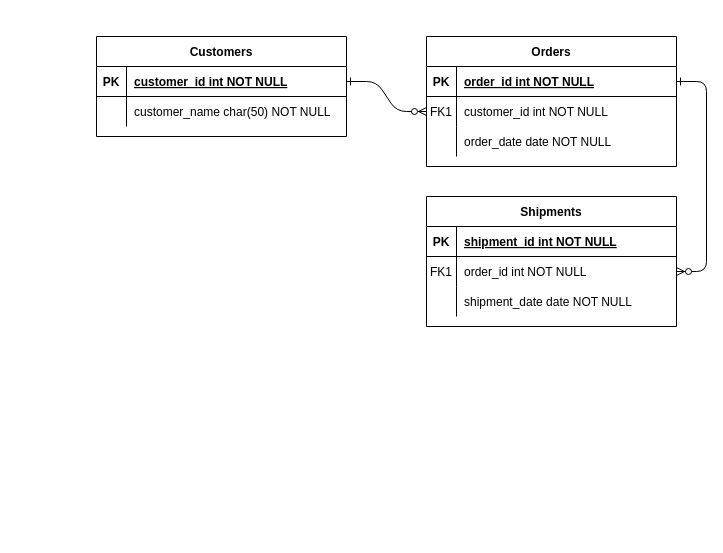
This is 1 diagrama .drawio from dadd86/DB-dream-team, a draw.io file, before an edit. Source tidied: cells renumbered, new cells numbered last; positions are measured from the earlier drawing's top-left corner, leaving out a move shared by most shapes. Both pictures are drawn from the tidied source at 100%, with x=0, y=0 at pixel (96, 36).
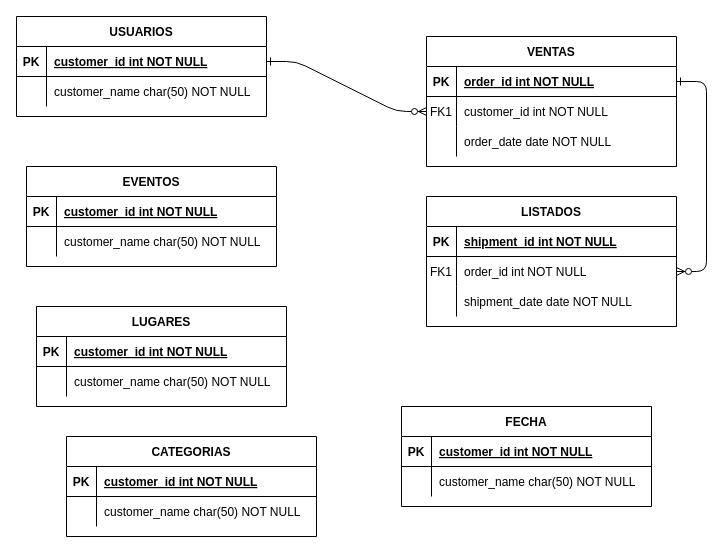
The same page after the edit.

The edit, as a diff of the source:
```diff
@@
-    <mxCell id="4" value="Orders" style="shape=table;startSize=30;childLayout=tableLayout;rowLines=0;fontStyle=1;align=center;" parent="1" vertex="1">
+    <mxCell id="4" value="VENTAS" style="shape=table;startSize=30;childLayout=tableLayout;rowLines=0;fontStyle=1;align=center;" parent="1" vertex="1">
       <mxGeometry x="330" width="250" height="130" as="geometry" />
     </mxCell>
@@
-    <mxCell id="14" value="Shipments" style="shape=table;startSize=30;childLayout=tableLayout;rowLines=0;fontStyle=1;align=center;" parent="1" vertex="1">
+    <mxCell id="14" value="LISTADOS" style="shape=table;startSize=30;childLayout=tableLayout;rowLines=0;fontStyle=1;align=center;" parent="1" vertex="1">
       <mxGeometry x="330" y="160" width="250" height="130" as="geometry" />
     </mxCell>
@@
-    <mxCell id="24" value="Customers" style="shape=table;startSize=30;childLayout=tableLayout;rowLines=0;fontStyle=1;align=center;" parent="1" vertex="1">
-      <mxGeometry width="250" height="100" as="geometry" />
+    <mxCell id="24" value="USUARIOS" style="shape=table;startSize=30;childLayout=tableLayout;rowLines=0;fontStyle=1;align=center;" parent="1" vertex="1">
+      <mxGeometry x="-80" y="-20" width="250" height="100" as="geometry" />
     </mxCell>
@@
+    <mxCell id="31" value="EVENTOS" style="shape=table;startSize=30;childLayout=tableLayout;rowLines=0;fontStyle=1;align=center;" parent="1" vertex="1">
+      <mxGeometry x="-70" y="130" width="250" height="100" as="geometry" />
+    </mxCell>
+    <mxCell id="32" style="shape=partialRectangle;fillColor=none;top=0;left=0;right=0;bottom=1;" parent="31" vertex="1">
+      <mxGeometry y="30" width="250" height="30" as="geometry" />
+    </mxCell>
+    <mxCell id="33" value="PK" style="shape=partialRectangle;overflow=hidden;fillColor=none;top=0;left=0;bottom=0;right=0;fontStyle=1;" parent="32" vertex="1">
+      <mxGeometry width="30" height="30" as="geometry" />
+    </mxCell>
+    <mxCell id="34" value="customer_id int NOT NULL " style="shape=partialRectangle;overflow=hidden;fillColor=none;top=0;left=0;bottom=0;right=0;align=left;spacingLeft=6;fontStyle=5;" parent="32" vertex="1">
+      <mxGeometry x="30" width="220" height="30" as="geometry" />
+    </mxCell>
+    <mxCell id="35" style="shape=partialRectangle;fillColor=none;top=0;left=0;right=0;bottom=0;" parent="31" vertex="1">
+      <mxGeometry y="60" width="250" height="30" as="geometry" />
+    </mxCell>
+    <mxCell id="36" style="shape=partialRectangle;overflow=hidden;fillColor=none;top=0;left=0;bottom=0;right=0;" parent="35" vertex="1">
+      <mxGeometry width="30" height="30" as="geometry" />
+    </mxCell>
+    <mxCell id="37" value="customer_name char(50) NOT NULL" style="shape=partialRectangle;overflow=hidden;fillColor=none;top=0;left=0;bottom=0;right=0;align=left;spacingLeft=6;" parent="35" vertex="1">
+      <mxGeometry x="30" width="220" height="30" as="geometry" />
+    </mxCell>
+    <mxCell id="38" value="LUGARES" style="shape=table;startSize=30;childLayout=tableLayout;rowLines=0;fontStyle=1;align=center;" parent="1" vertex="1">
+      <mxGeometry x="-60" y="270" width="250" height="100" as="geometry" />
+    </mxCell>
+    <mxCell id="39" style="shape=partialRectangle;fillColor=none;top=0;left=0;right=0;bottom=1;" parent="38" vertex="1">
+      <mxGeometry y="30" width="250" height="30" as="geometry" />
+    </mxCell>
+    <mxCell id="40" value="PK" style="shape=partialRectangle;overflow=hidden;fillColor=none;top=0;left=0;bottom=0;right=0;fontStyle=1;" parent="39" vertex="1">
+      <mxGeometry width="30" height="30" as="geometry" />
+    </mxCell>
+    <mxCell id="41" value="customer_id int NOT NULL " style="shape=partialRectangle;overflow=hidden;fillColor=none;top=0;left=0;bottom=0;right=0;align=left;spacingLeft=6;fontStyle=5;" parent="39" vertex="1">
+      <mxGeometry x="30" width="220" height="30" as="geometry" />
+    </mxCell>
+    <mxCell id="42" style="shape=partialRectangle;fillColor=none;top=0;left=0;right=0;bottom=0;" parent="38" vertex="1">
+      <mxGeometry y="60" width="250" height="30" as="geometry" />
+    </mxCell>
+    <mxCell id="43" style="shape=partialRectangle;overflow=hidden;fillColor=none;top=0;left=0;bottom=0;right=0;" parent="42" vertex="1">
+      <mxGeometry width="30" height="30" as="geometry" />
+    </mxCell>
+    <mxCell id="44" value="customer_name char(50) NOT NULL" style="shape=partialRectangle;overflow=hidden;fillColor=none;top=0;left=0;bottom=0;right=0;align=left;spacingLeft=6;" parent="42" vertex="1">
+      <mxGeometry x="30" width="220" height="30" as="geometry" />
+    </mxCell>
+    <mxCell id="45" value="CATEGORIAS" style="shape=table;startSize=30;childLayout=tableLayout;rowLines=0;fontStyle=1;align=center;" parent="1" vertex="1">
+      <mxGeometry x="-30" y="400" width="250" height="100" as="geometry" />
+    </mxCell>
+    <mxCell id="46" style="shape=partialRectangle;fillColor=none;top=0;left=0;right=0;bottom=1;" parent="45" vertex="1">
+      <mxGeometry y="30" width="250" height="30" as="geometry" />
+    </mxCell>
+    <mxCell id="47" value="PK" style="shape=partialRectangle;overflow=hidden;fillColor=none;top=0;left=0;bottom=0;right=0;fontStyle=1;" parent="46" vertex="1">
+      <mxGeometry width="30" height="30" as="geometry" />
+    </mxCell>
+    <mxCell id="48" value="customer_id int NOT NULL " style="shape=partialRectangle;overflow=hidden;fillColor=none;top=0;left=0;bottom=0;right=0;align=left;spacingLeft=6;fontStyle=5;" parent="46" vertex="1">
+      <mxGeometry x="30" width="220" height="30" as="geometry" />
+    </mxCell>
+    <mxCell id="49" style="shape=partialRectangle;fillColor=none;top=0;left=0;right=0;bottom=0;" parent="45" vertex="1">
+      <mxGeometry y="60" width="250" height="30" as="geometry" />
+    </mxCell>
+    <mxCell id="50" style="shape=partialRectangle;overflow=hidden;fillColor=none;top=0;left=0;bottom=0;right=0;" parent="49" vertex="1">
+      <mxGeometry width="30" height="30" as="geometry" />
+    </mxCell>
+    <mxCell id="51" value="customer_name char(50) NOT NULL" style="shape=partialRectangle;overflow=hidden;fillColor=none;top=0;left=0;bottom=0;right=0;align=left;spacingLeft=6;" parent="49" vertex="1">
+      <mxGeometry x="30" width="220" height="30" as="geometry" />
+    </mxCell>
+    <mxCell id="52" value="FECHA" style="shape=table;startSize=30;childLayout=tableLayout;rowLines=0;fontStyle=1;align=center;" parent="1" vertex="1">
+      <mxGeometry x="305" y="370" width="250" height="100" as="geometry" />
+    </mxCell>
+    <mxCell id="53" style="shape=partialRectangle;fillColor=none;top=0;left=0;right=0;bottom=1;" parent="52" vertex="1">
+      <mxGeometry y="30" width="250" height="30" as="geometry" />
+    </mxCell>
+    <mxCell id="54" value="PK" style="shape=partialRectangle;overflow=hidden;fillColor=none;top=0;left=0;bottom=0;right=0;fontStyle=1;" parent="53" vertex="1">
+      <mxGeometry width="30" height="30" as="geometry" />
+    </mxCell>
+    <mxCell id="55" value="customer_id int NOT NULL " style="shape=partialRectangle;overflow=hidden;fillColor=none;top=0;left=0;bottom=0;right=0;align=left;spacingLeft=6;fontStyle=5;" parent="53" vertex="1">
+      <mxGeometry x="30" width="220" height="30" as="geometry" />
+    </mxCell>
+    <mxCell id="56" style="shape=partialRectangle;fillColor=none;top=0;left=0;right=0;bottom=0;" parent="52" vertex="1">
+      <mxGeometry y="60" width="250" height="30" as="geometry" />
+    </mxCell>
+    <mxCell id="57" style="shape=partialRectangle;overflow=hidden;fillColor=none;top=0;left=0;bottom=0;right=0;" parent="56" vertex="1">
+      <mxGeometry width="30" height="30" as="geometry" />
+    </mxCell>
+    <mxCell id="58" value="customer_name char(50) NOT NULL" style="shape=partialRectangle;overflow=hidden;fillColor=none;top=0;left=0;bottom=0;right=0;align=left;spacingLeft=6;" parent="56" vertex="1">
+      <mxGeometry x="30" width="220" height="30" as="geometry" />
+    </mxCell>
```
